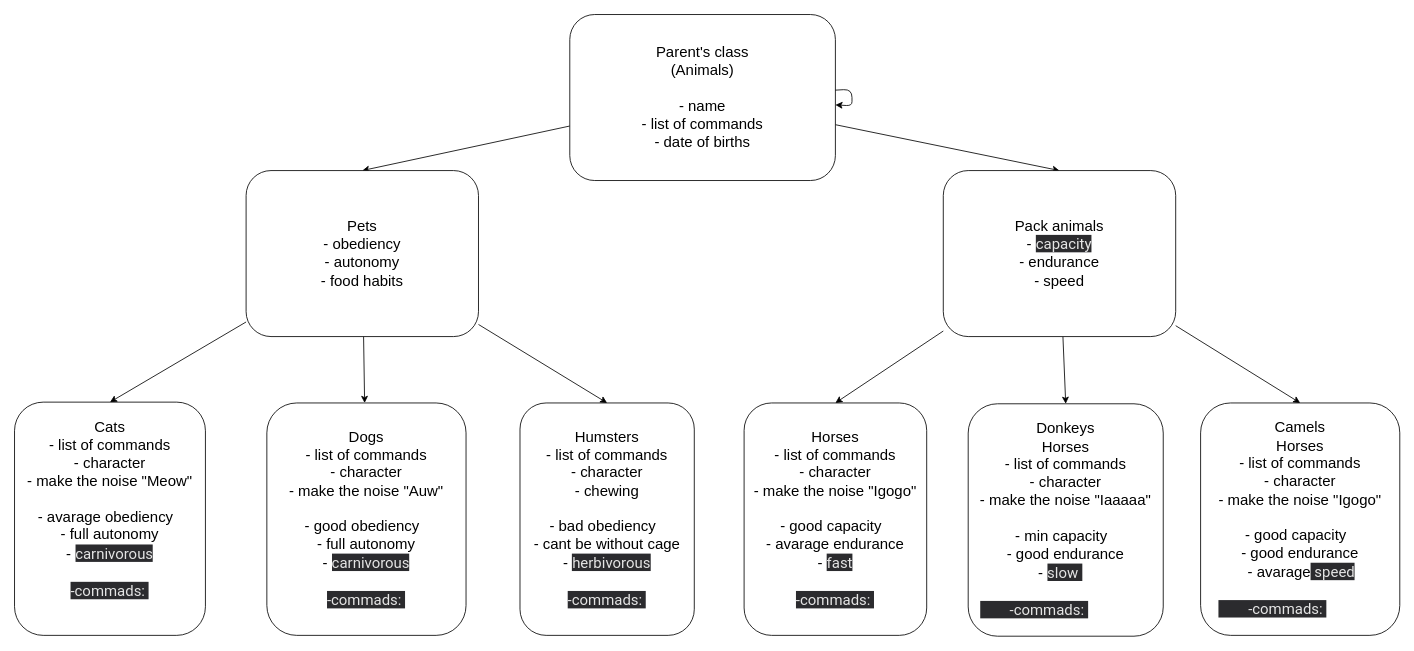
IvanAntropov/Final-test-work2 keeps this draw.io diagram as MansFriends.drawio. Above is the earlier version. Source tidied: cells renumbered, new cells numbered last; positions are measured from the earlier drawing's top-left corner, leaving out a move shared by most shapes. Both pictures are drawn from the tidied source at 83%, with x=0, y=0 at pixel (14, 14).
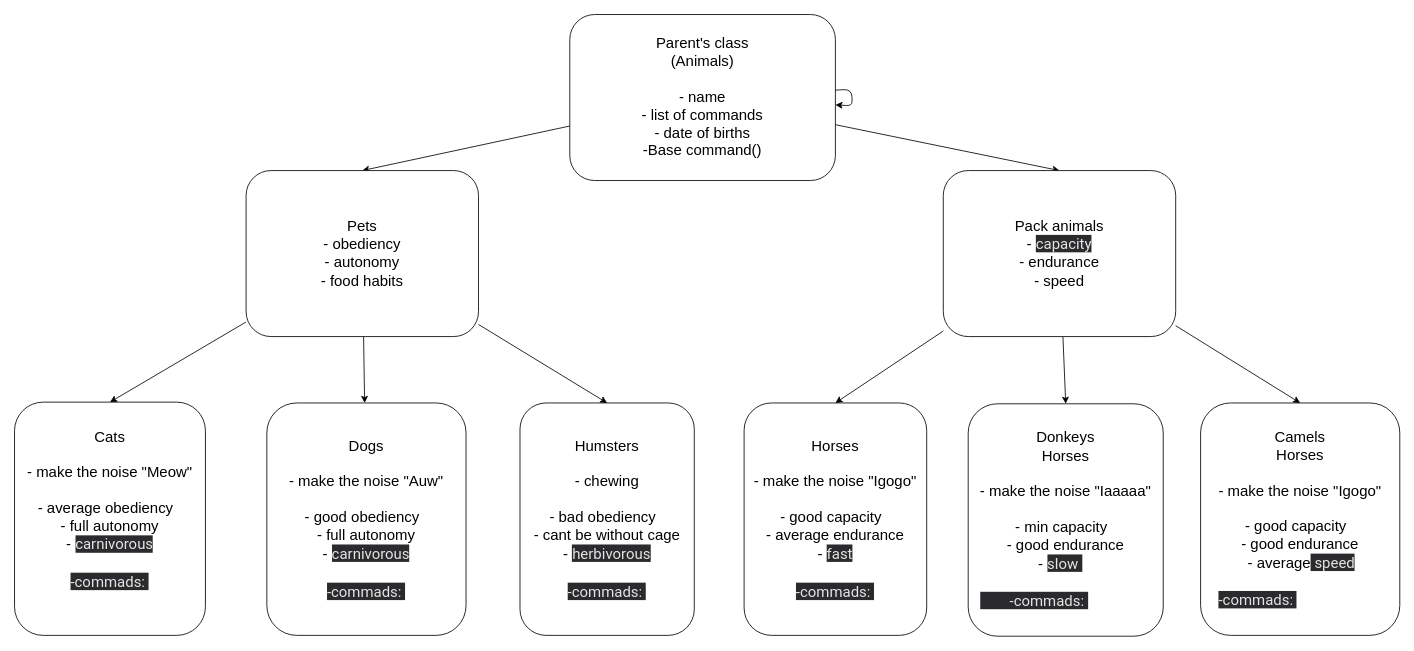
The same diagram, later.

Change to the diagram source:
```diff
@@
 <mxGraphModel>
   <root>
     <mxCell id="0" />
     <mxCell id="1" parent="0" />
     <mxCell id="2" style="edgeStyle=none;html=1;entryX=0.5;entryY=0;entryDx=0;entryDy=0;fontSize=18;" parent="1" edge="1" source="4" target="8">
       <mxGeometry relative="1" as="geometry" />
     </mxCell>
     <mxCell id="3" style="edgeStyle=none;html=1;entryX=0.5;entryY=0;entryDx=0;entryDy=0;fontSize=18;" parent="1" edge="1" source="4" target="12">
       <mxGeometry relative="1" as="geometry" />
     </mxCell>
-    <mxCell id="4" value="&lt;font style=&quot;font-size: 18px;&quot;&gt;Parent's class&lt;br&gt;(Animals)&lt;br&gt;&lt;br&gt;- name&lt;br&gt;- list of commands&lt;br&gt;- date of births&lt;br&gt;&lt;/font&gt;" style="rounded=1;whiteSpace=wrap;html=1;" parent="1" vertex="1">
+    <mxCell id="4" value="&lt;font style=&quot;font-size: 18px;&quot;&gt;Parent's class&lt;br&gt;(Animals)&lt;br&gt;&lt;br&gt;- name&lt;br&gt;- list of commands&lt;br&gt;- date of births&lt;br&gt;-Base command()&lt;br&gt;&lt;/font&gt;" style="rounded=1;whiteSpace=wrap;html=1;" parent="1" vertex="1">
       <mxGeometry x="669" width="320" height="200" as="geometry" />
     </mxCell>
     <mxCell id="5" style="edgeStyle=none;html=1;entryX=0.5;entryY=0;entryDx=0;entryDy=0;fontSize=18;" parent="1" edge="1" source="8" target="15">
       <mxGeometry relative="1" as="geometry" />
     </mxCell>
     <mxCell id="6" style="edgeStyle=none;html=1;fontSize=18;" parent="1" edge="1" source="8" target="14">
       <mxGeometry relative="1" as="geometry" />
     </mxCell>
     <mxCell id="7" style="edgeStyle=none;html=1;entryX=0.5;entryY=0;entryDx=0;entryDy=0;fontSize=18;" parent="1" edge="1" source="8" target="13">
       <mxGeometry relative="1" as="geometry" />
     </mxCell>
     <mxCell id="8" value="Pets&lt;br&gt;-&amp;nbsp;obediency&lt;span style=&quot;color: rgb(229, 229, 229); font-family: Roboto, Helvetica, Arial, sans-serif; text-align: left; background-color: rgb(43, 43, 46);&quot;&gt;&lt;br&gt;&lt;/span&gt;- autonomy&lt;br&gt;-&amp;nbsp;food habits&lt;br&gt;" style="rounded=1;whiteSpace=wrap;html=1;fontSize=18;" parent="1" vertex="1">
       <mxGeometry x="279" y="188" width="280" height="200" as="geometry" />
     </mxCell>
     <mxCell id="9" style="edgeStyle=none;html=1;entryX=0.5;entryY=0;entryDx=0;entryDy=0;fontSize=18;" parent="1" edge="1" source="12" target="16">
       <mxGeometry relative="1" as="geometry" />
     </mxCell>
     <mxCell id="10" style="edgeStyle=none;html=1;entryX=0.5;entryY=0;entryDx=0;entryDy=0;fontSize=18;" parent="1" edge="1" source="12" target="18">
       <mxGeometry relative="1" as="geometry" />
     </mxCell>
     <mxCell id="11" style="edgeStyle=none;html=1;entryX=0.5;entryY=0;entryDx=0;entryDy=0;fontSize=18;" parent="1" edge="1" source="12" target="17">
       <mxGeometry relative="1" as="geometry" />
     </mxCell>
     <mxCell id="12" value="Pack animals&lt;br&gt;-&amp;nbsp;&lt;span style=&quot;color: rgb(229, 229, 229); font-family: Roboto, Helvetica, Arial, sans-serif; text-align: left; background-color: rgb(43, 43, 46);&quot;&gt;capacity&lt;br&gt;&lt;/span&gt;- endurance&lt;br&gt;- speed" style="rounded=1;whiteSpace=wrap;html=1;fontSize=18;" parent="1" vertex="1">
       <mxGeometry x="1119" y="188" width="280" height="200" as="geometry" />
     </mxCell>
-    <mxCell id="13" value="Cats&lt;br&gt;- list of commands&lt;br&gt;- character&lt;br&gt;- make the noise &quot;Meow&quot;&lt;br&gt;&lt;br&gt;- avarage obediency&amp;nbsp;&amp;nbsp;&lt;br&gt;- full autonomy&lt;br&gt;-&amp;nbsp;&lt;span style=&quot;color: rgb(229, 229, 229); font-family: Roboto, Helvetica, Arial, sans-serif; text-align: left; background-color: rgb(43, 43, 46);&quot;&gt;carnivorous&lt;br&gt;&lt;br&gt;-commads:&amp;nbsp;&lt;br&gt;&lt;br&gt;&lt;/span&gt;" style="rounded=1;whiteSpace=wrap;html=1;fontSize=18;" parent="1" vertex="1">
+    <mxCell id="13" value="Cats&lt;br&gt;&lt;br&gt;- make the noise &quot;Meow&quot;&lt;br&gt;&lt;br&gt;- average obediency&amp;nbsp;&amp;nbsp;&lt;br&gt;- full autonomy&lt;br&gt;-&amp;nbsp;&lt;span style=&quot;color: rgb(229, 229, 229); font-family: Roboto, Helvetica, Arial, sans-serif; text-align: left; background-color: rgb(43, 43, 46);&quot;&gt;carnivorous&lt;br&gt;&lt;br&gt;-commads:&amp;nbsp;&lt;br&gt;&lt;br&gt;&lt;/span&gt;" style="rounded=1;whiteSpace=wrap;html=1;fontSize=18;" parent="1" vertex="1">
       <mxGeometry y="467" width="230" height="281" as="geometry" />
     </mxCell>
-    <mxCell id="14" value="Dogs&lt;br&gt;- list of commands&lt;br&gt;- character&lt;br&gt;- make the noise &quot;Auw&quot;&lt;br&gt;&lt;br&gt;- good obediency&amp;nbsp;&amp;nbsp;&lt;br&gt;- full autonomy&lt;br&gt;-&amp;nbsp;&lt;span style=&quot;color: rgb(229, 229, 229); font-family: Roboto, Helvetica, Arial, sans-serif; text-align: left; background-color: rgb(43, 43, 46);&quot;&gt;carnivorous&lt;br&gt;&lt;br&gt;&lt;/span&gt;&lt;span style=&quot;color: rgb(229, 229, 229); font-family: Roboto, Helvetica, Arial, sans-serif; text-align: left; background-color: rgb(43, 43, 46);&quot;&gt;-commads:&amp;nbsp;&lt;/span&gt;" style="rounded=1;whiteSpace=wrap;html=1;fontSize=18;" parent="1" vertex="1">
+    <mxCell id="14" value="Dogs&lt;br&gt;&lt;br&gt;- make the noise &quot;Auw&quot;&lt;br&gt;&lt;br&gt;- good obediency&amp;nbsp;&amp;nbsp;&lt;br&gt;- full autonomy&lt;br&gt;-&amp;nbsp;&lt;span style=&quot;color: rgb(229, 229, 229); font-family: Roboto, Helvetica, Arial, sans-serif; text-align: left; background-color: rgb(43, 43, 46);&quot;&gt;carnivorous&lt;br&gt;&lt;br&gt;&lt;/span&gt;&lt;span style=&quot;color: rgb(229, 229, 229); font-family: Roboto, Helvetica, Arial, sans-serif; text-align: left; background-color: rgb(43, 43, 46);&quot;&gt;-commads:&amp;nbsp;&lt;/span&gt;" style="rounded=1;whiteSpace=wrap;html=1;fontSize=18;" parent="1" vertex="1">
       <mxGeometry x="304" y="468" width="240" height="280" as="geometry" />
     </mxCell>
-    <mxCell id="15" value="Humsters&lt;br&gt;- list of commands&lt;br&gt;- character&lt;br&gt;- chewing&lt;br&gt;&lt;br&gt;- bad obediency&amp;nbsp;&amp;nbsp;&lt;br&gt;- cant be without cage&lt;br&gt;-&amp;nbsp;&lt;span style=&quot;color: rgb(229, 229, 229); font-family: Roboto, Helvetica, Arial, sans-serif; text-align: left; background-color: rgb(43, 43, 46);&quot;&gt;herbivorous&lt;br&gt;&lt;br&gt;&lt;/span&gt;&lt;span style=&quot;color: rgb(229, 229, 229); font-family: Roboto, Helvetica, Arial, sans-serif; text-align: left; background-color: rgb(43, 43, 46);&quot;&gt;-commads:&amp;nbsp;&lt;/span&gt;" style="rounded=1;whiteSpace=wrap;html=1;fontSize=18;" parent="1" vertex="1">
+    <mxCell id="15" value="Humsters&lt;br&gt;&lt;br&gt;- chewing&lt;br&gt;&lt;br&gt;- bad obediency&amp;nbsp;&amp;nbsp;&lt;br&gt;- cant be without cage&lt;br&gt;-&amp;nbsp;&lt;span style=&quot;color: rgb(229, 229, 229); font-family: Roboto, Helvetica, Arial, sans-serif; text-align: left; background-color: rgb(43, 43, 46);&quot;&gt;herbivorous&lt;br&gt;&lt;br&gt;&lt;/span&gt;&lt;span style=&quot;color: rgb(229, 229, 229); font-family: Roboto, Helvetica, Arial, sans-serif; text-align: left; background-color: rgb(43, 43, 46);&quot;&gt;-commads:&amp;nbsp;&lt;/span&gt;" style="rounded=1;whiteSpace=wrap;html=1;fontSize=18;" parent="1" vertex="1">
       <mxGeometry x="609" y="468" width="210" height="280" as="geometry" />
     </mxCell>
-    <mxCell id="16" value="Horses&lt;br&gt;- list of commands&lt;br&gt;- character&lt;br&gt;- make the noise &quot;Igogo&quot;&lt;br&gt;&lt;br&gt;- good capacity&amp;nbsp;&amp;nbsp;&lt;br&gt;- avarage endurance&lt;br&gt;-&amp;nbsp;&lt;span style=&quot;color: rgb(229, 229, 229); font-family: Roboto, Helvetica, Arial, sans-serif; text-align: left; background-color: rgb(43, 43, 46);&quot;&gt;fast&lt;br&gt;&lt;br&gt;&lt;/span&gt;&lt;span style=&quot;color: rgb(229, 229, 229); font-family: Roboto, Helvetica, Arial, sans-serif; text-align: left; background-color: rgb(43, 43, 46);&quot;&gt;-commads:&amp;nbsp;&lt;/span&gt;" style="rounded=1;whiteSpace=wrap;html=1;fontSize=18;" parent="1" vertex="1">
+    <mxCell id="16" value="Horses&lt;br&gt;&lt;br&gt;- make the noise &quot;Igogo&quot;&lt;br&gt;&lt;br&gt;- good capacity&amp;nbsp;&amp;nbsp;&lt;br&gt;- average&amp;nbsp;endurance&lt;br&gt;-&amp;nbsp;&lt;span style=&quot;color: rgb(229, 229, 229); font-family: Roboto, Helvetica, Arial, sans-serif; text-align: left; background-color: rgb(43, 43, 46);&quot;&gt;fast&lt;br&gt;&lt;br&gt;&lt;/span&gt;&lt;span style=&quot;color: rgb(229, 229, 229); font-family: Roboto, Helvetica, Arial, sans-serif; text-align: left; background-color: rgb(43, 43, 46);&quot;&gt;-commads:&amp;nbsp;&lt;/span&gt;" style="rounded=1;whiteSpace=wrap;html=1;fontSize=18;" parent="1" vertex="1">
       <mxGeometry x="879" y="468" width="220" height="280" as="geometry" />
     </mxCell>
-    <mxCell id="17" value="Camels&lt;br&gt;Horses&lt;br&gt;- list of commands&lt;br&gt;- character&lt;br&gt;- make the noise &quot;Igogo&quot;&lt;br&gt;&lt;br&gt;- good capacity&amp;nbsp;&amp;nbsp;&lt;br&gt;- good endurance&lt;br&gt;&lt;div style=&quot;text-align: left;&quot;&gt;&lt;span style=&quot;background-color: initial;&quot;&gt;&amp;nbsp; &amp;nbsp; &amp;nbsp; &amp;nbsp;- avarage&lt;/span&gt;&lt;font face=&quot;Roboto, Helvetica, Arial, sans-serif&quot; color=&quot;#e5e5e5&quot;&gt;&lt;span style=&quot;background-color: rgb(43, 43, 46);&quot;&gt;&amp;nbsp;speed&lt;/span&gt;&lt;/font&gt;&lt;/div&gt;&lt;div style=&quot;text-align: left;&quot;&gt;&lt;font face=&quot;Roboto, Helvetica, Arial, sans-serif&quot; color=&quot;#e5e5e5&quot;&gt;&lt;span style=&quot;background-color: rgb(43, 43, 46);&quot;&gt;&lt;br&gt;&lt;/span&gt;&lt;/font&gt;&lt;/div&gt;&lt;div style=&quot;text-align: left;&quot;&gt;&lt;span style=&quot;color: rgb(229, 229, 229); font-family: Roboto, Helvetica, Arial, sans-serif; background-color: rgb(43, 43, 46);&quot;&gt;&lt;span style=&quot;white-space: pre;&quot;&gt;&#9;&lt;/span&gt;-commads:&amp;nbsp;&lt;/span&gt;&lt;br style=&quot;color: rgb(229, 229, 229); font-family: Roboto, Helvetica, Arial, sans-serif;&quot;&gt;&lt;/div&gt;" style="rounded=1;whiteSpace=wrap;html=1;fontSize=18;" parent="1" vertex="1">
+    <mxCell id="17" value="Camels&lt;br&gt;Horses&lt;br&gt;&lt;br&gt;- make the noise &quot;Igogo&quot;&lt;br&gt;&lt;br&gt;- good capacity&amp;nbsp;&amp;nbsp;&lt;br&gt;- good endurance&lt;br&gt;&lt;div style=&quot;text-align: left;&quot;&gt;&lt;span style=&quot;background-color: initial;&quot;&gt;&amp;nbsp; &amp;nbsp; &amp;nbsp; &amp;nbsp;-&amp;nbsp;&lt;/span&gt;&lt;span style=&quot;text-align: center;&quot;&gt;average&lt;/span&gt;&lt;font face=&quot;Roboto, Helvetica, Arial, sans-serif&quot; color=&quot;#e5e5e5&quot;&gt;&lt;span style=&quot;background-color: rgb(43, 43, 46);&quot;&gt;&amp;nbsp;speed&lt;/span&gt;&lt;/font&gt;&lt;/div&gt;&lt;div style=&quot;text-align: left;&quot;&gt;&lt;font face=&quot;Roboto, Helvetica, Arial, sans-serif&quot; color=&quot;#e5e5e5&quot;&gt;&lt;span style=&quot;background-color: rgb(43, 43, 46);&quot;&gt;&lt;br&gt;&lt;/span&gt;&lt;/font&gt;&lt;/div&gt;&lt;div style=&quot;text-align: left;&quot;&gt;&lt;span style=&quot;color: rgb(229, 229, 229); font-family: Roboto, Helvetica, Arial, sans-serif; background-color: rgb(43, 43, 46);&quot;&gt;&lt;span style=&quot;&quot;&gt;&#9;&lt;/span&gt;-commads:&amp;nbsp;&lt;/span&gt;&lt;br style=&quot;color: rgb(229, 229, 229); font-family: Roboto, Helvetica, Arial, sans-serif;&quot;&gt;&lt;/div&gt;" style="rounded=1;whiteSpace=wrap;html=1;fontSize=18;" parent="1" vertex="1">
       <mxGeometry x="1429" y="468" width="240" height="280" as="geometry" />
     </mxCell>
-    <mxCell id="18" value="Donkeys&lt;br&gt;Horses&lt;br&gt;- list of commands&lt;br&gt;- character&lt;br&gt;- make the noise &quot;Iaaaaa&quot;&lt;br&gt;&lt;br&gt;- min capacity&amp;nbsp;&amp;nbsp;&lt;br&gt;- good endurance&lt;br&gt;&lt;div style=&quot;text-align: left;&quot;&gt;&lt;span style=&quot;background-color: initial;&quot;&gt;&amp;nbsp; &amp;nbsp; &amp;nbsp; &amp;nbsp; &amp;nbsp; &amp;nbsp; &amp;nbsp; - &lt;/span&gt;&lt;font face=&quot;Roboto, Helvetica, Arial, sans-serif&quot; color=&quot;#e5e5e5&quot;&gt;&lt;span style=&quot;background-color: rgb(43, 43, 46);&quot;&gt;slow&amp;nbsp;&lt;/span&gt;&lt;/font&gt;&lt;/div&gt;&lt;div style=&quot;text-align: left;&quot;&gt;&lt;font face=&quot;Roboto, Helvetica, Arial, sans-serif&quot; color=&quot;#e5e5e5&quot;&gt;&lt;span style=&quot;background-color: rgb(43, 43, 46);&quot;&gt;&lt;br&gt;&lt;/span&gt;&lt;/font&gt;&lt;/div&gt;&lt;div style=&quot;text-align: left;&quot;&gt;&lt;span style=&quot;color: rgb(229, 229, 229); font-family: Roboto, Helvetica, Arial, sans-serif; background-color: rgb(43, 43, 46);&quot;&gt;&lt;span style=&quot;white-space: pre;&quot;&gt;&#9;&lt;/span&gt;-commads:&amp;nbsp;&lt;/span&gt;&lt;br style=&quot;color: rgb(229, 229, 229); font-family: Roboto, Helvetica, Arial, sans-serif;&quot;&gt;&lt;/div&gt;" style="rounded=1;whiteSpace=wrap;html=1;fontSize=18;" parent="1" vertex="1">
+    <mxCell id="18" value="Donkeys&lt;br&gt;Horses&lt;br&gt;&lt;br&gt;- make the noise &quot;Iaaaaa&quot;&lt;br&gt;&lt;br&gt;- min capacity&amp;nbsp;&amp;nbsp;&lt;br&gt;- good endurance&lt;br&gt;&lt;div style=&quot;text-align: left;&quot;&gt;&lt;span style=&quot;background-color: initial;&quot;&gt;&amp;nbsp; &amp;nbsp; &amp;nbsp; &amp;nbsp; &amp;nbsp; &amp;nbsp; &amp;nbsp; - &lt;/span&gt;&lt;font face=&quot;Roboto, Helvetica, Arial, sans-serif&quot; color=&quot;#e5e5e5&quot;&gt;&lt;span style=&quot;background-color: rgb(43, 43, 46);&quot;&gt;slow&amp;nbsp;&lt;/span&gt;&lt;/font&gt;&lt;/div&gt;&lt;div style=&quot;text-align: left;&quot;&gt;&lt;font face=&quot;Roboto, Helvetica, Arial, sans-serif&quot; color=&quot;#e5e5e5&quot;&gt;&lt;span style=&quot;background-color: rgb(43, 43, 46);&quot;&gt;&lt;br&gt;&lt;/span&gt;&lt;/font&gt;&lt;/div&gt;&lt;div style=&quot;text-align: left;&quot;&gt;&lt;span style=&quot;color: rgb(229, 229, 229); font-family: Roboto, Helvetica, Arial, sans-serif; background-color: rgb(43, 43, 46);&quot;&gt;&lt;span style=&quot;white-space: pre;&quot;&gt;&#9;&lt;/span&gt;-commads:&amp;nbsp;&lt;/span&gt;&lt;br style=&quot;color: rgb(229, 229, 229); font-family: Roboto, Helvetica, Arial, sans-serif;&quot;&gt;&lt;/div&gt;" style="rounded=1;whiteSpace=wrap;html=1;fontSize=18;" parent="1" vertex="1">
       <mxGeometry x="1149" y="469" width="235" height="280" as="geometry" />
     </mxCell>
     <mxCell id="19" style="edgeStyle=none;html=1;fontSize=18;" parent="1" edge="1" source="4" target="4">
       <mxGeometry relative="1" as="geometry" />
     </mxCell>
   </root>
 </mxGraphModel>
```
